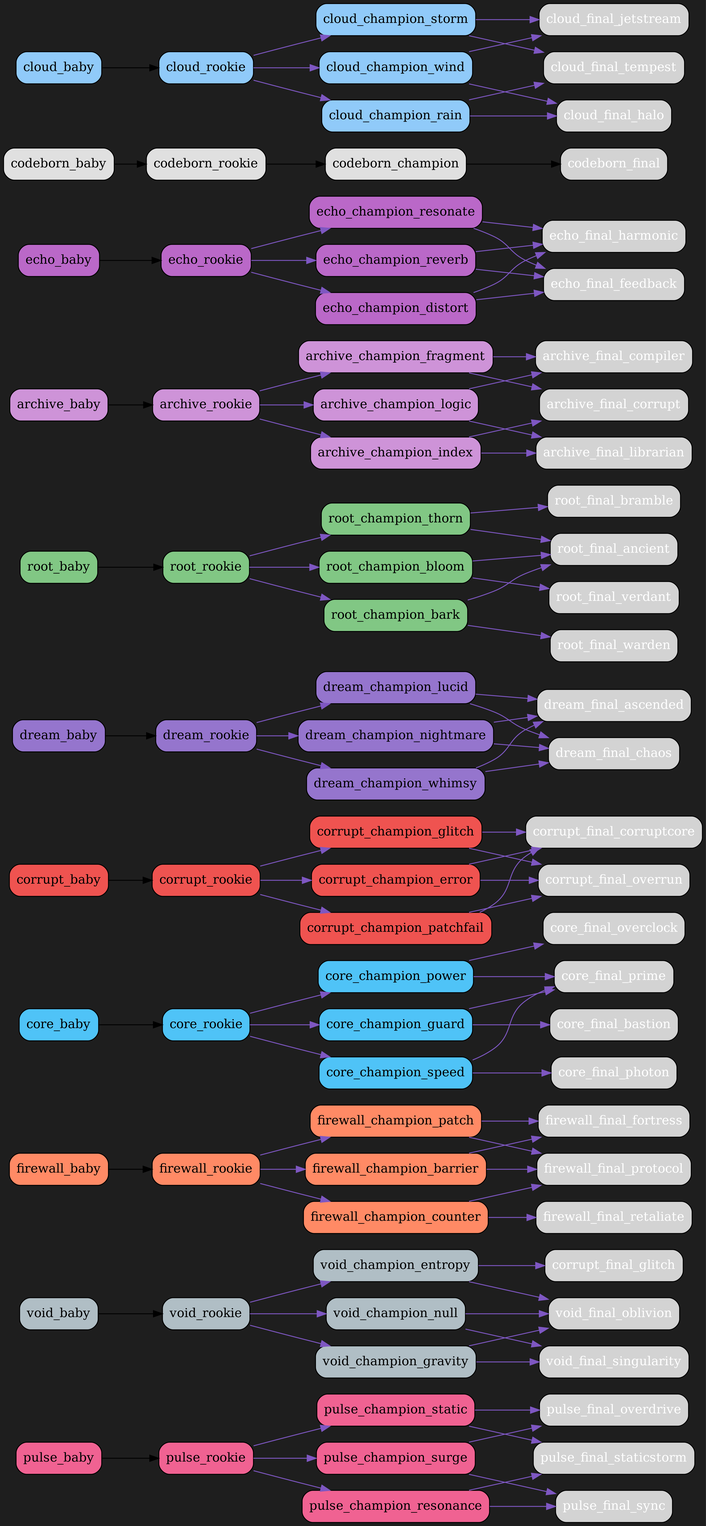
Earlier version of the Graphviz export src/netgrid/systems/evolution/graphs/dark/evolution_graph_dark.png (bwlight/NetGrid). Its source is kept beside it as src/netgrid/systems/evolution/graphs/dark/evolution_graph_dark.dot.
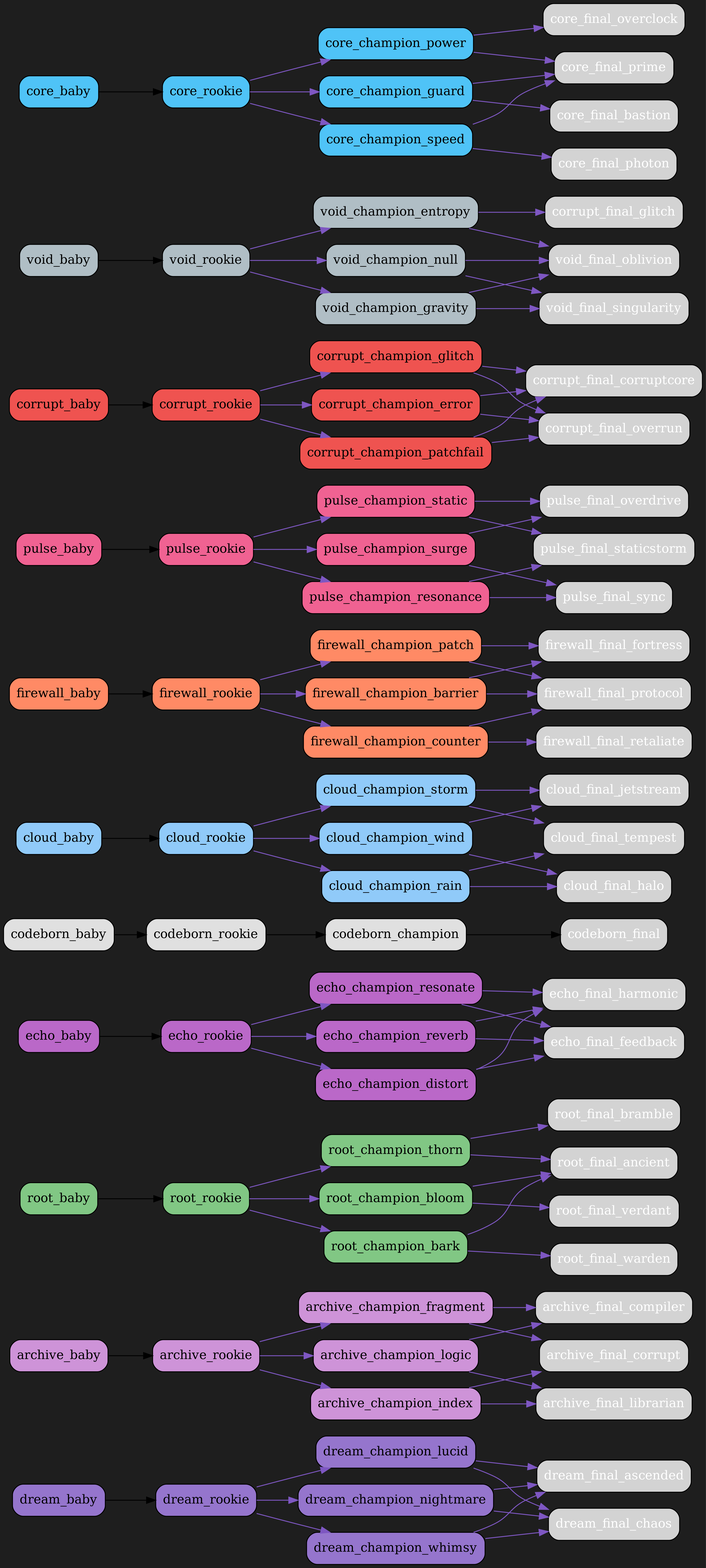
After the change.

Commit message:
Auto-update evolution graphs

What changed in the source:
```diff
@@ -2,81 +2,6 @@
   rankdir=LR;
   bgcolor="#1e1e1e";
   node [shape=box, style="rounded,filled", fontcolor="white"];
-  "pulse_baby" [fillcolor="#f06292", fontcolor="black"];
-  "pulse_baby" -> "pulse_rookie";
-  "pulse_rookie" [fillcolor="#f06292", fontcolor="black"];
-  "pulse_rookie" -> "pulse_champion_surge" [color="#7e57c2"];
-  "pulse_rookie" -> "pulse_champion_resonance" [color="#7e57c2"];
-  "pulse_rookie" -> "pulse_champion_static" [color="#7e57c2"];
-  "pulse_champion_surge" [fillcolor="#f06292", fontcolor="black"];
-  "pulse_champion_surge" -> "pulse_final_overdrive" [color="#7e57c2"];
-  "pulse_champion_surge" -> "pulse_final_sync" [color="#7e57c2"];
-  "pulse_champion_resonance" [fillcolor="#f06292", fontcolor="black"];
-  "pulse_champion_resonance" -> "pulse_final_sync" [color="#7e57c2"];
-  "pulse_champion_resonance" -> "pulse_final_staticstorm" [color="#7e57c2"];
-  "pulse_champion_static" [fillcolor="#f06292", fontcolor="black"];
-  "pulse_champion_static" -> "pulse_final_staticstorm" [color="#7e57c2"];
-  "pulse_champion_static" -> "pulse_final_overdrive" [color="#7e57c2"];
-  "void_baby" [fillcolor="#b0bec5", fontcolor="black"];
-  "void_baby" -> "void_rookie";
-  "void_rookie" [fillcolor="#b0bec5", fontcolor="black"];
-  "void_rookie" -> "void_champion_entropy" [color="#7e57c2"];
-  "void_rookie" -> "void_champion_gravity" [color="#7e57c2"];
-  "void_rookie" -> "void_champion_null" [color="#7e57c2"];
-  "void_champion_entropy" [fillcolor="#b0bec5", fontcolor="black"];
-  "void_champion_entropy" -> "corrupt_final_glitch" [color="#7e57c2"];
-  "void_champion_entropy" -> "void_final_oblivion" [color="#7e57c2"];
-  "void_champion_gravity" [fillcolor="#b0bec5", fontcolor="black"];
-  "void_champion_gravity" -> "void_final_singularity" [color="#7e57c2"];
-  "void_champion_gravity" -> "void_final_oblivion" [color="#7e57c2"];
-  "void_champion_null" [fillcolor="#b0bec5", fontcolor="black"];
-  "void_champion_null" -> "void_final_oblivion" [color="#7e57c2"];
-  "void_champion_null" -> "void_final_singularity" [color="#7e57c2"];
-  "firewall_baby" [fillcolor="#ff8a65", fontcolor="black"];
-  "firewall_baby" -> "firewall_rookie";
-  "firewall_rookie" [fillcolor="#ff8a65", fontcolor="black"];
-  "firewall_rookie" -> "firewall_champion_barrier" [color="#7e57c2"];
-  "firewall_rookie" -> "firewall_champion_counter" [color="#7e57c2"];
-  "firewall_rookie" -> "firewall_champion_patch" [color="#7e57c2"];
-  "firewall_champion_barrier" [fillcolor="#ff8a65", fontcolor="black"];
-  "firewall_champion_barrier" -> "firewall_final_fortress" [color="#7e57c2"];
-  "firewall_champion_barrier" -> "firewall_final_protocol" [color="#7e57c2"];
-  "firewall_champion_counter" [fillcolor="#ff8a65", fontcolor="black"];
-  "firewall_champion_counter" -> "firewall_final_retaliate" [color="#7e57c2"];
-  "firewall_champion_counter" -> "firewall_final_protocol" [color="#7e57c2"];
-  "firewall_champion_patch" [fillcolor="#ff8a65", fontcolor="black"];
-  "firewall_champion_patch" -> "firewall_final_protocol" [color="#7e57c2"];
-  "firewall_champion_patch" -> "firewall_final_fortress" [color="#7e57c2"];
-  "core_baby" [fillcolor="#4fc3f7", fontcolor="black"];
-  "core_baby" -> "core_rookie";
-  "core_rookie" [fillcolor="#4fc3f7", fontcolor="black"];
-  "core_rookie" -> "core_champion_power" [color="#7e57c2"];
-  "core_rookie" -> "core_champion_guard" [color="#7e57c2"];
-  "core_rookie" -> "core_champion_speed" [color="#7e57c2"];
-  "core_champion_power" [fillcolor="#4fc3f7", fontcolor="black"];
-  "core_champion_power" -> "core_final_overclock" [color="#7e57c2"];
-  "core_champion_power" -> "core_final_prime" [color="#7e57c2"];
-  "core_champion_guard" [fillcolor="#4fc3f7", fontcolor="black"];
-  "core_champion_guard" -> "core_final_bastion" [color="#7e57c2"];
-  "core_champion_guard" -> "core_final_prime" [color="#7e57c2"];
-  "core_champion_speed" [fillcolor="#4fc3f7", fontcolor="black"];
-  "core_champion_speed" -> "core_final_photon" [color="#7e57c2"];
-  "core_champion_speed" -> "core_final_prime" [color="#7e57c2"];
-  "corrupt_baby" [fillcolor="#ef5350", fontcolor="black"];
-  "corrupt_baby" -> "corrupt_rookie";
-  "corrupt_rookie" [fillcolor="#ef5350", fontcolor="black"];
-  "corrupt_rookie" -> "corrupt_champion_glitch" [color="#7e57c2"];
-  "corrupt_rookie" -> "corrupt_champion_error" [color="#7e57c2"];
-  "corrupt_rookie" -> "corrupt_champion_patchfail" [color="#7e57c2"];
-  "corrupt_champion_glitch" [fillcolor="#ef5350", fontcolor="black"];
-  "corrupt_champion_glitch" -> "corrupt_final_corruptcore" [color="#7e57c2"];
-  "corrupt_champion_glitch" -> "corrupt_final_overrun" [color="#7e57c2"];
-  "corrupt_champion_error" [fillcolor="#ef5350", fontcolor="black"];
-  "corrupt_champion_error" -> "corrupt_final_overrun" [color="#7e57c2"];
-  "corrupt_champion_error" -> "corrupt_final_corruptcore" [color="#7e57c2"];
-  "corrupt_champion_patchfail" [fillcolor="#ef5350", fontcolor="black"];
-  "corrupt_champion_patchfail" -> "corrupt_final_corruptcore" [color="#7e57c2"];
-  "corrupt_champion_patchfail" -> "corrupt_final_overrun" [color="#7e57c2"];
   "dream_baby" [fillcolor="#9575cd", fontcolor="black"];
   "dream_baby" -> "dream_rookie";
   "dream_rookie" [fillcolor="#9575cd", fontcolor="black"];
@@ -92,6 +17,21 @@
   "dream_champion_whimsy" [fillcolor="#9575cd", fontcolor="black"];
   "dream_champion_whimsy" -> "dream_final_ascended" [color="#7e57c2"];
   "dream_champion_whimsy" -> "dream_final_chaos" [color="#7e57c2"];
+  "archive_baby" [fillcolor="#ce93d8", fontcolor="black"];
+  "archive_baby" -> "archive_rookie";
+  "archive_rookie" [fillcolor="#ce93d8", fontcolor="black"];
+  "archive_rookie" -> "archive_champion_logic" [color="#7e57c2"];
+  "archive_rookie" -> "archive_champion_index" [color="#7e57c2"];
+  "archive_rookie" -> "archive_champion_fragment" [color="#7e57c2"];
+  "archive_champion_logic" [fillcolor="#ce93d8", fontcolor="black"];
+  "archive_champion_logic" -> "archive_final_compiler" [color="#7e57c2"];
+  "archive_champion_logic" -> "archive_final_librarian" [color="#7e57c2"];
+  "archive_champion_index" [fillcolor="#ce93d8", fontcolor="black"];
+  "archive_champion_index" -> "archive_final_librarian" [color="#7e57c2"];
+  "archive_champion_index" -> "archive_final_corrupt" [color="#7e57c2"];
+  "archive_champion_fragment" [fillcolor="#ce93d8", fontcolor="black"];
+  "archive_champion_fragment" -> "archive_final_corrupt" [color="#7e57c2"];
+  "archive_champion_fragment" -> "archive_final_compiler" [color="#7e57c2"];
   "root_baby" [fillcolor="#81c784", fontcolor="black"];
   "root_baby" -> "root_rookie";
   "root_rookie" [fillcolor="#81c784", fontcolor="black"];
@@ -107,21 +47,6 @@
   "root_champion_bark" [fillcolor="#81c784", fontcolor="black"];
   "root_champion_bark" -> "root_final_warden" [color="#7e57c2"];
   "root_champion_bark" -> "root_final_ancient" [color="#7e57c2"];
-  "archive_baby" [fillcolor="#ce93d8", fontcolor="black"];
-  "archive_baby" -> "archive_rookie";
-  "archive_rookie" [fillcolor="#ce93d8", fontcolor="black"];
-  "archive_rookie" -> "archive_champion_logic" [color="#7e57c2"];
-  "archive_rookie" -> "archive_champion_index" [color="#7e57c2"];
-  "archive_rookie" -> "archive_champion_fragment" [color="#7e57c2"];
-  "archive_champion_logic" [fillcolor="#ce93d8", fontcolor="black"];
-  "archive_champion_logic" -> "archive_final_compiler" [color="#7e57c2"];
-  "archive_champion_logic" -> "archive_final_librarian" [color="#7e57c2"];
-  "archive_champion_index" [fillcolor="#ce93d8", fontcolor="black"];
-  "archive_champion_index" -> "archive_final_librarian" [color="#7e57c2"];
-  "archive_champion_index" -> "archive_final_corrupt" [color="#7e57c2"];
-  "archive_champion_fragment" [fillcolor="#ce93d8", fontcolor="black"];
-  "archive_champion_fragment" -> "archive_final_corrupt" [color="#7e57c2"];
-  "archive_champion_fragment" -> "archive_final_compiler" [color="#7e57c2"];
   "echo_baby" [fillcolor="#ba68c8", fontcolor="black"];
   "echo_baby" -> "echo_rookie";
   "echo_rookie" [fillcolor="#ba68c8", fontcolor="black"];
@@ -158,4 +83,79 @@
   "cloud_champion_storm" [fillcolor="#90caf9", fontcolor="black"];
   "cloud_champion_storm" -> "cloud_final_tempest" [color="#7e57c2"];
   "cloud_champion_storm" -> "cloud_final_jetstream" [color="#7e57c2"];
+  "firewall_baby" [fillcolor="#ff8a65", fontcolor="black"];
+  "firewall_baby" -> "firewall_rookie";
+  "firewall_rookie" [fillcolor="#ff8a65", fontcolor="black"];
+  "firewall_rookie" -> "firewall_champion_barrier" [color="#7e57c2"];
+  "firewall_rookie" -> "firewall_champion_counter" [color="#7e57c2"];
+  "firewall_rookie" -> "firewall_champion_patch" [color="#7e57c2"];
+  "firewall_champion_barrier" [fillcolor="#ff8a65", fontcolor="black"];
+  "firewall_champion_barrier" -> "firewall_final_fortress" [color="#7e57c2"];
+  "firewall_champion_barrier" -> "firewall_final_protocol" [color="#7e57c2"];
+  "firewall_champion_counter" [fillcolor="#ff8a65", fontcolor="black"];
+  "firewall_champion_counter" -> "firewall_final_retaliate" [color="#7e57c2"];
+  "firewall_champion_counter" -> "firewall_final_protocol" [color="#7e57c2"];
+  "firewall_champion_patch" [fillcolor="#ff8a65", fontcolor="black"];
+  "firewall_champion_patch" -> "firewall_final_protocol" [color="#7e57c2"];
+  "firewall_champion_patch" -> "firewall_final_fortress" [color="#7e57c2"];
+  "pulse_baby" [fillcolor="#f06292", fontcolor="black"];
+  "pulse_baby" -> "pulse_rookie";
+  "pulse_rookie" [fillcolor="#f06292", fontcolor="black"];
+  "pulse_rookie" -> "pulse_champion_surge" [color="#7e57c2"];
+  "pulse_rookie" -> "pulse_champion_resonance" [color="#7e57c2"];
+  "pulse_rookie" -> "pulse_champion_static" [color="#7e57c2"];
+  "pulse_champion_surge" [fillcolor="#f06292", fontcolor="black"];
+  "pulse_champion_surge" -> "pulse_final_overdrive" [color="#7e57c2"];
+  "pulse_champion_surge" -> "pulse_final_sync" [color="#7e57c2"];
+  "pulse_champion_resonance" [fillcolor="#f06292", fontcolor="black"];
+  "pulse_champion_resonance" -> "pulse_final_sync" [color="#7e57c2"];
+  "pulse_champion_resonance" -> "pulse_final_staticstorm" [color="#7e57c2"];
+  "pulse_champion_static" [fillcolor="#f06292", fontcolor="black"];
+  "pulse_champion_static" -> "pulse_final_staticstorm" [color="#7e57c2"];
+  "pulse_champion_static" -> "pulse_final_overdrive" [color="#7e57c2"];
+  "corrupt_baby" [fillcolor="#ef5350", fontcolor="black"];
+  "corrupt_baby" -> "corrupt_rookie";
+  "corrupt_rookie" [fillcolor="#ef5350", fontcolor="black"];
+  "corrupt_rookie" -> "corrupt_champion_glitch" [color="#7e57c2"];
+  "corrupt_rookie" -> "corrupt_champion_error" [color="#7e57c2"];
+  "corrupt_rookie" -> "corrupt_champion_patchfail" [color="#7e57c2"];
+  "corrupt_champion_glitch" [fillcolor="#ef5350", fontcolor="black"];
+  "corrupt_champion_glitch" -> "corrupt_final_corruptcore" [color="#7e57c2"];
+  "corrupt_champion_glitch" -> "corrupt_final_overrun" [color="#7e57c2"];
+  "corrupt_champion_error" [fillcolor="#ef5350", fontcolor="black"];
+  "corrupt_champion_error" -> "corrupt_final_overrun" [color="#7e57c2"];
+  "corrupt_champion_error" -> "corrupt_final_corruptcore" [color="#7e57c2"];
+  "corrupt_champion_patchfail" [fillcolor="#ef5350", fontcolor="black"];
+  "corrupt_champion_patchfail" -> "corrupt_final_corruptcore" [color="#7e57c2"];
+  "corrupt_champion_patchfail" -> "corrupt_final_overrun" [color="#7e57c2"];
+  "void_baby" [fillcolor="#b0bec5", fontcolor="black"];
+  "void_baby" -> "void_rookie";
+  "void_rookie" [fillcolor="#b0bec5", fontcolor="black"];
+  "void_rookie" -> "void_champion_entropy" [color="#7e57c2"];
+  "void_rookie" -> "void_champion_gravity" [color="#7e57c2"];
+  "void_rookie" -> "void_champion_null" [color="#7e57c2"];
+  "void_champion_entropy" [fillcolor="#b0bec5", fontcolor="black"];
+  "void_champion_entropy" -> "corrupt_final_glitch" [color="#7e57c2"];
+  "void_champion_entropy" -> "void_final_oblivion" [color="#7e57c2"];
+  "void_champion_gravity" [fillcolor="#b0bec5", fontcolor="black"];
+  "void_champion_gravity" -> "void_final_singularity" [color="#7e57c2"];
+  "void_champion_gravity" -> "void_final_oblivion" [color="#7e57c2"];
+  "void_champion_null" [fillcolor="#b0bec5", fontcolor="black"];
+  "void_champion_null" -> "void_final_oblivion" [color="#7e57c2"];
+  "void_champion_null" -> "void_final_singularity" [color="#7e57c2"];
+  "core_baby" [fillcolor="#4fc3f7", fontcolor="black"];
+  "core_baby" -> "core_rookie";
+  "core_rookie" [fillcolor="#4fc3f7", fontcolor="black"];
+  "core_rookie" -> "core_champion_power" [color="#7e57c2"];
+  "core_rookie" -> "core_champion_guard" [color="#7e57c2"];
+  "core_rookie" -> "core_champion_speed" [color="#7e57c2"];
+  "core_champion_power" [fillcolor="#4fc3f7", fontcolor="black"];
+  "core_champion_power" -> "core_final_overclock" [color="#7e57c2"];
+  "core_champion_power" -> "core_final_prime" [color="#7e57c2"];
+  "core_champion_guard" [fillcolor="#4fc3f7", fontcolor="black"];
+  "core_champion_guard" -> "core_final_bastion" [color="#7e57c2"];
+  "core_champion_guard" -> "core_final_prime" [color="#7e57c2"];
+  "core_champion_speed" [fillcolor="#4fc3f7", fontcolor="black"];
+  "core_champion_speed" -> "core_final_photon" [color="#7e57c2"];
+  "core_champion_speed" -> "core_final_prime" [color="#7e57c2"];
 }
```
